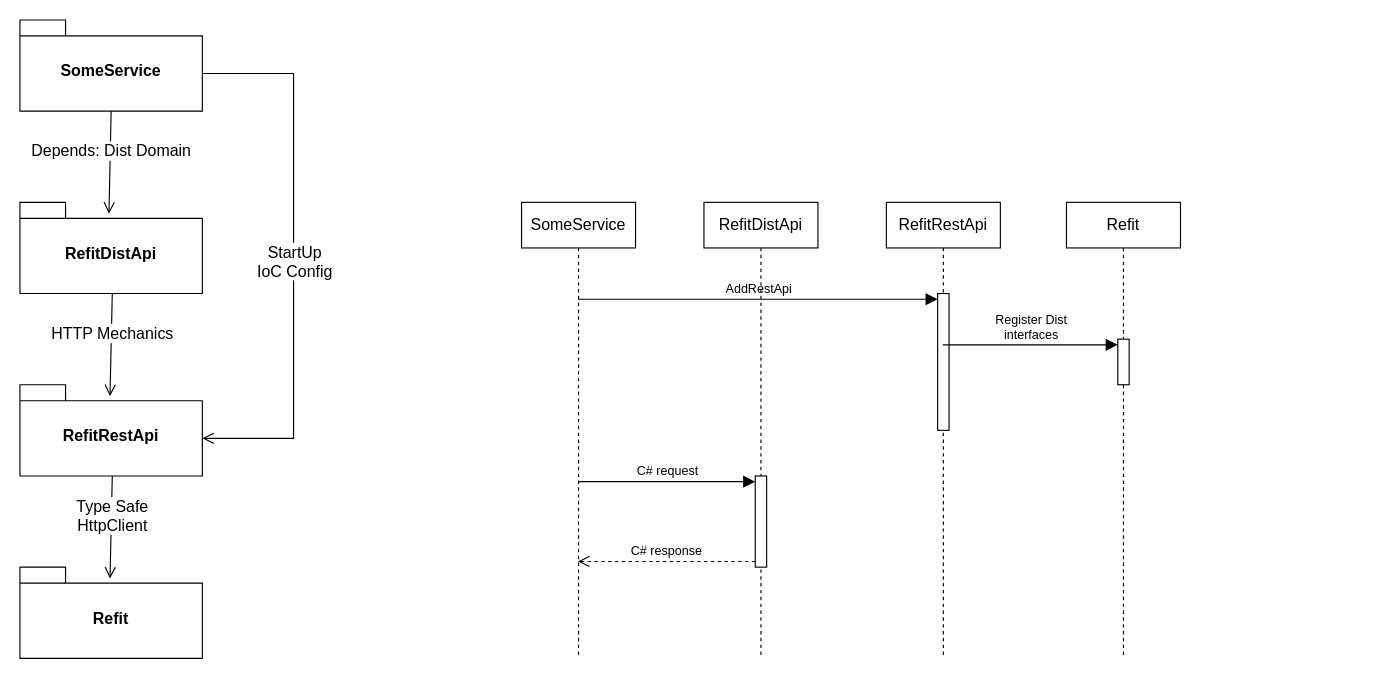
lrskyum/Blazing keeps this draw.io diagram as Untitled Diagram.drawio. Above is the earlier version. Source tidied: cells renumbered, new cells numbered last; positions are measured from the earlier drawing's top-left corner, leaving out a move shared by most shapes. Both pictures are drawn from the tidied source at 114%, with x=0, y=0 at pixel (19, 19).
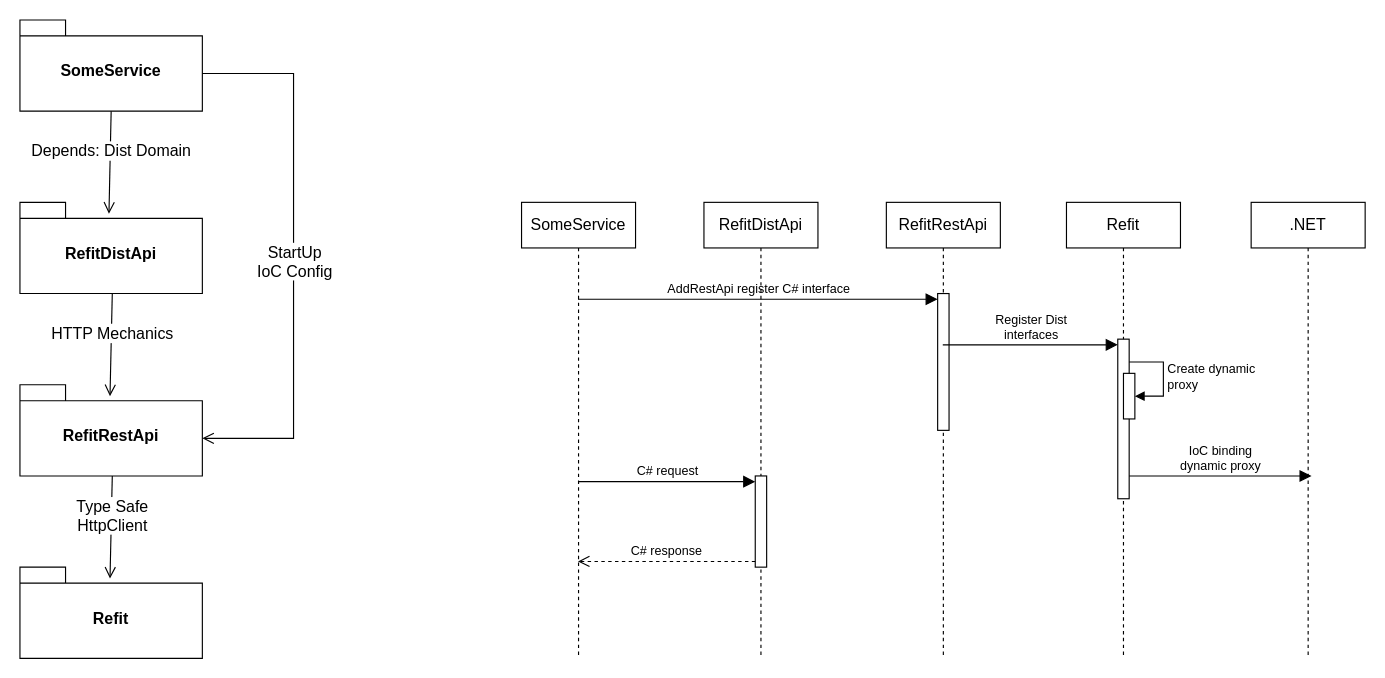
The same page after the edit.

Commit message:
better seq dia.drawio

The change refers to these unchanged cells:
```xml
<mxCell id="11" value="SomeService" style="shape=umlLifeline;perimeter=lifelinePerimeter;whiteSpace=wrap;html=1;outlineConnect=0;portConstraint=eastwest;newEdgeStyle={&quot;curved&quot;:0,&quot;rounded&quot;:0};fontFamily=Helvetica;fontSize=14;fontColor=default;labelBackgroundColor=none;" parent="1" vertex="1">
  <mxGeometry x="440" y="160" width="100" height="400" as="geometry" />
</mxCell>
<mxCell id="17" style="html=1;points=[[0,0,0,0,5],[0,1,0,0,-5],[1,0,0,0,5],[1,1,0,0,-5]];perimeter=orthogonalPerimeter;outlineConnect=0;targetShapes=umlLifeline;portConstraint=eastwest;newEdgeStyle={&quot;curved&quot;:0,&quot;rounded&quot;:0};fontFamily=Helvetica;fontSize=11;fontColor=default;labelBackgroundColor=none;" parent="16" vertex="1">
  <mxGeometry x="45" y="80" width="10" height="120" as="geometry" />
</mxCell>
<mxCell id="19" value="Refit" style="shape=umlLifeline;perimeter=lifelinePerimeter;whiteSpace=wrap;html=1;newEdgeStyle={&quot;curved&quot;:0,&quot;rounded&quot;:0};fontFamily=Helvetica;fontSize=14;fontColor=default;labelBackgroundColor=none;" parent="1" vertex="1">
  <mxGeometry x="918" y="160" width="100" height="400" as="geometry" />
</mxCell>
```

Change to the diagram source:
```diff
@@
-    <mxCell id="18" value="AddRestApi" style="html=1;verticalAlign=bottom;endArrow=block;curved=0;rounded=0;entryX=0;entryY=0;entryDx=0;entryDy=5;strokeColor=default;strokeWidth=1;align=center;fontFamily=Helvetica;fontSize=11;fontColor=default;labelBackgroundColor=none;endSize=8;" parent="1" edge="1" source="11" target="17">
+    <mxCell id="18" value="AddRestApi register C# interface" style="html=1;verticalAlign=bottom;endArrow=block;curved=0;rounded=0;entryX=0;entryY=0;entryDx=0;entryDy=5;strokeColor=default;strokeWidth=1;align=center;fontFamily=Helvetica;fontSize=11;fontColor=default;labelBackgroundColor=none;endSize=8;" parent="1" edge="1" source="11" target="17">
       <mxGeometry relative="1" as="geometry" />
     </mxCell>
@@
     <mxCell id="20" style="html=1;points=[[0,0,0,0,5],[0,1,0,0,-5],[1,0,0,0,5],[1,1,0,0,-5]];perimeter=orthogonalPerimeter;outlineConnect=0;targetShapes=umlLifeline;portConstraint=eastwest;newEdgeStyle={&quot;curved&quot;:0,&quot;rounded&quot;:0};fontFamily=Helvetica;fontSize=11;fontColor=default;labelBackgroundColor=none;" parent="19" vertex="1">
-      <mxGeometry x="45" y="120" width="10" height="40" as="geometry" />
+      <mxGeometry x="45" y="120" width="10" height="140" as="geometry" />
     </mxCell>
+    <mxCell id="25" style="html=1;points=[[0,0,0,0,5],[0,1,0,0,-5],[1,0,0,0,5],[1,1,0,0,-5]];perimeter=orthogonalPerimeter;outlineConnect=0;targetShapes=umlLifeline;portConstraint=eastwest;newEdgeStyle={&quot;curved&quot;:0,&quot;rounded&quot;:0};" parent="19" vertex="1">
+      <mxGeometry x="50" y="150" width="10" height="40" as="geometry" />
+    </mxCell>
+    <mxCell id="26" value="&lt;div&gt;Create dynamic&lt;/div&gt;&lt;div&gt;proxy&lt;br&gt;&lt;/div&gt;" style="html=1;align=left;spacingLeft=2;endArrow=block;rounded=0;edgeStyle=orthogonalEdgeStyle;curved=0;rounded=0;" parent="19" edge="1" target="25">
+      <mxGeometry relative="1" as="geometry">
+        <mxPoint x="55" y="140" as="sourcePoint" />
+        <Array as="points">
+          <mxPoint x="85" y="170" />
+        </Array>
+      </mxGeometry>
+    </mxCell>
@@
+    <mxCell id="27" value=".NET" style="shape=umlLifeline;perimeter=lifelinePerimeter;whiteSpace=wrap;html=1;newEdgeStyle={&quot;curved&quot;:0,&quot;rounded&quot;:0};fontFamily=Helvetica;fontSize=14;fontColor=default;labelBackgroundColor=none;" parent="1" vertex="1">
+      <mxGeometry x="1080" y="160" width="100" height="400" as="geometry" />
+    </mxCell>
+    <mxCell id="28" value="&lt;div&gt;IoC binding&lt;/div&gt;&lt;div&gt;dynamic proxy&lt;br&gt;&lt;/div&gt;" style="html=1;verticalAlign=bottom;endArrow=block;curved=0;rounded=0;entryX=0;entryY=0;entryDx=0;entryDy=5;strokeColor=default;strokeWidth=1;align=center;fontFamily=Helvetica;fontSize=11;fontColor=default;labelBackgroundColor=none;endSize=8;entryPerimeter=0;" parent="1" edge="1">
+      <mxGeometry relative="1" as="geometry">
+        <mxPoint x="973" y="400" as="sourcePoint" />
+        <mxPoint x="1133" y="400" as="targetPoint" />
+      </mxGeometry>
+    </mxCell>
```
